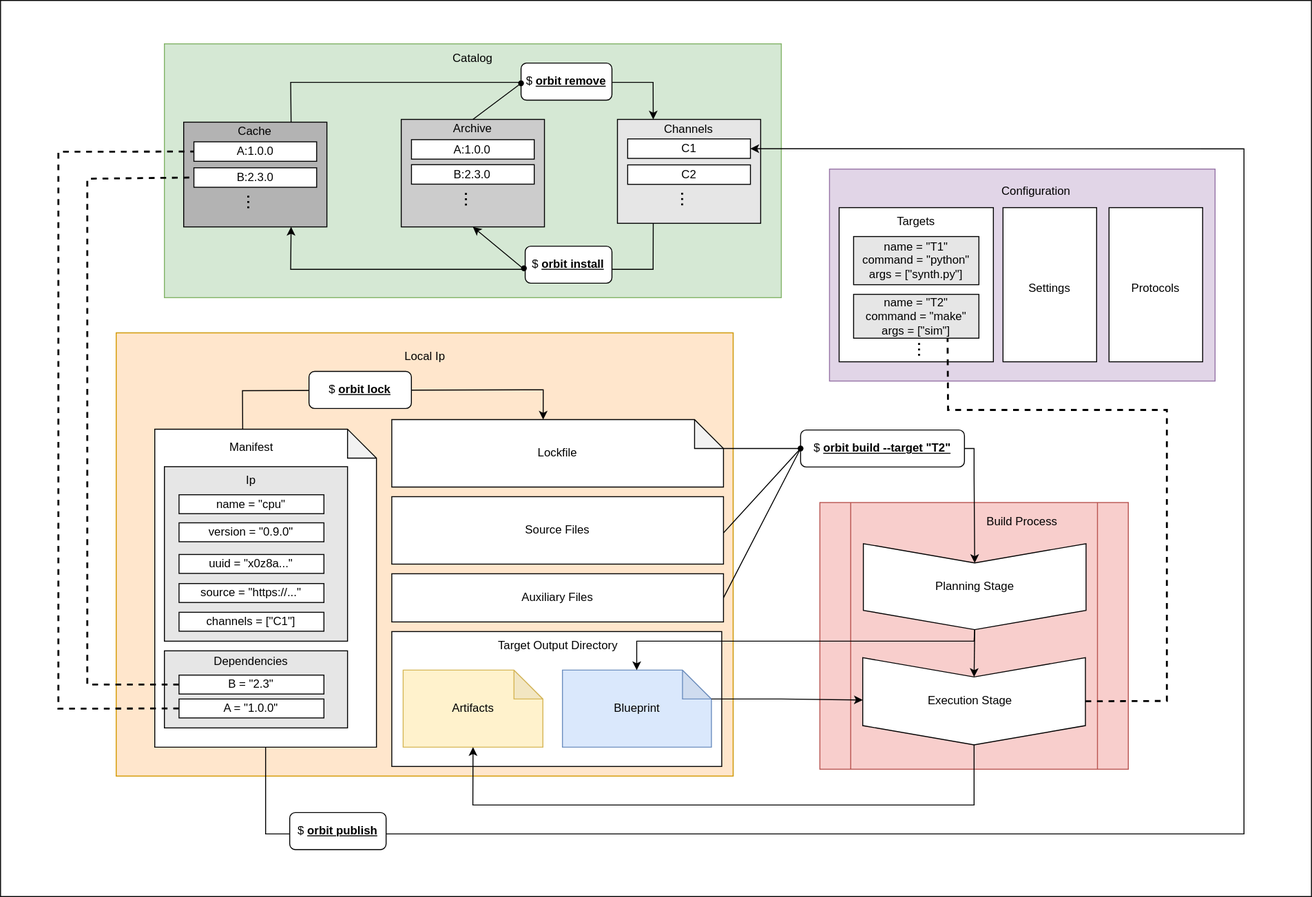
Before: docs/src/images/architecture.svg, a diagram exported from draw.io (chaseruskin/orbit). Source tidied: cells renumbered, new cells last; positions are measured from the earlier drawing's top-left corner, leaving out a move shared by most shapes.
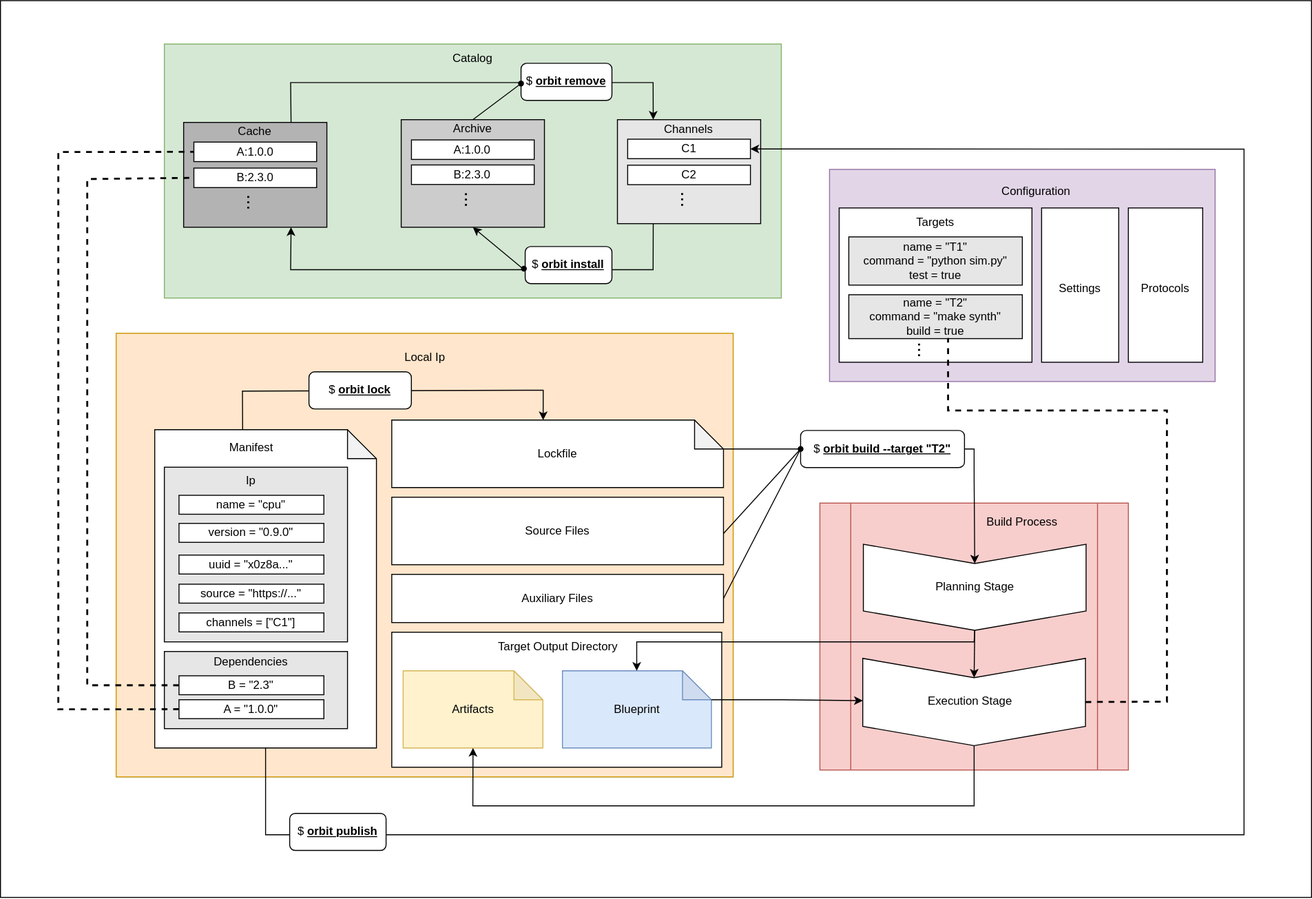
After the commit.

The edit, as a diff of the source:
```diff
@@ -197,25 +197,25 @@
       <mxGeometry width="400" height="220" as="geometry" />
     </mxCell>
     <mxCell id="61" style="rounded=0;whiteSpace=wrap;html=1;fontSize=20;fillColor=#FFFFFF;" parent="59" vertex="1">
-      <mxGeometry x="10" y="40" width="160" height="160" as="geometry" />
+      <mxGeometry x="10" y="40" width="200" height="160" as="geometry" />
     </mxCell>
     <mxCell id="62" value="&lt;font style=&quot;font-size: 12px;&quot;&gt;Configuration&lt;/font&gt;" style="text;html=1;strokeColor=none;fillColor=none;align=center;verticalAlign=middle;whiteSpace=wrap;rounded=0;fontSize=20;" parent="59" vertex="1">
       <mxGeometry x="157.7" y="7.6" width="112.7" height="22.8" as="geometry" />
     </mxCell>
     <mxCell id="63" value="&lt;font style=&quot;font-size: 12px;&quot;&gt;Protocols&lt;/font&gt;" style="rounded=0;whiteSpace=wrap;html=1;fontSize=20;fillColor=light-dark(#FFFFFF,#FFFFFF);" parent="59" vertex="1">
-      <mxGeometry x="290" y="40" width="97.1" height="160" as="geometry" />
+      <mxGeometry x="310" y="40" width="77.1" height="160" as="geometry" />
     </mxCell>
     <mxCell id="64" value="&lt;font style=&quot;font-size: 12px;&quot;&gt;Settings&lt;/font&gt;" style="rounded=0;whiteSpace=wrap;html=1;fontSize=20;fillColor=#FFFFFF;" parent="59" vertex="1">
-      <mxGeometry x="180" y="40" width="97.1" height="160" as="geometry" />
+      <mxGeometry x="220" y="40" width="80" height="160" as="geometry" />
     </mxCell>
     <mxCell id="65" value="Targets" style="text;html=1;strokeColor=none;fillColor=none;align=center;verticalAlign=middle;whiteSpace=wrap;rounded=0;fontSize=12;" parent="59" vertex="1">
-      <mxGeometry x="60" y="40" width="60" height="30" as="geometry" />
+      <mxGeometry x="80" y="40" width="60" height="30" as="geometry" />
     </mxCell>
-    <mxCell id="66" value="name = &quot;T1&quot;&lt;br&gt;command = &quot;python&quot;&lt;br&gt;args = [&quot;synth.py&quot;]" style="rounded=0;whiteSpace=wrap;html=1;fontSize=12;fillColor=#E6E6E6;" parent="59" vertex="1">
-      <mxGeometry x="25" y="70" width="130" height="50" as="geometry" />
+    <mxCell id="66" value="name = &quot;T1&quot;&lt;br&gt;command = &quot;python sim.py&quot;&lt;div&gt;test = true&lt;/div&gt;" style="rounded=0;whiteSpace=wrap;html=1;fontSize=12;fillColor=#E6E6E6;" parent="59" vertex="1">
+      <mxGeometry x="20" y="70" width="180" height="50" as="geometry" />
     </mxCell>
-    <mxCell id="67" value="name = &quot;T2&quot;&lt;br&gt;command = &quot;make&quot;&lt;br&gt;args = [&quot;sim&quot;]" style="rounded=0;whiteSpace=wrap;html=1;fontSize=12;fillColor=#E6E6E6;" parent="59" vertex="1">
-      <mxGeometry x="25" y="130" width="130" height="45.5" as="geometry" />
+    <mxCell id="67" value="name = &quot;T2&quot;&lt;br&gt;command = &quot;make synth&quot;&lt;br&gt;build = true" style="rounded=0;whiteSpace=wrap;html=1;fontSize=12;fillColor=#E6E6E6;" parent="59" vertex="1">
+      <mxGeometry x="20" y="130" width="180" height="45.5" as="geometry" />
     </mxCell>
     <mxCell id="68" value="&lt;font style=&quot;font-size: 20px;&quot;&gt;...&lt;/font&gt;" style="text;html=1;strokeColor=none;fillColor=none;align=center;verticalAlign=middle;whiteSpace=wrap;rounded=0;rotation=90;" parent="59" vertex="1">
       <mxGeometry x="86" y="184" width="29" height="7.2" as="geometry" />
@@ -329,8 +329,9 @@
     <mxCell id="91" style="shape=waypoint;sketch=0;size=6;points=[];fillColor=none;perimeter=centerPerimeter;snapToPoint=1;" parent="1" vertex="1">
       <mxGeometry x="820" y="455" width="20" height="20" as="geometry" />
     </mxCell>
-    <mxCell id="92" style="endArrow=none;dashed=1;html=1;strokeWidth=2;rounded=0;fontSize=12;exitX=0.5;exitY=0;exitDx=0;exitDy=0;entryX=0.75;entryY=1;entryDx=0;entryDy=0;" parent="1" edge="1" source="81" target="67">
+    <mxCell id="92" style="endArrow=none;dashed=1;html=1;strokeWidth=2;rounded=0;fontSize=12;exitX=0.5;exitY=0;exitDx=0;exitDy=0;" parent="1" edge="1" source="81">
       <mxGeometry relative="1" as="geometry">
+        <mxPoint x="983" y="350" as="targetPoint" />
         <Array as="points">
           <mxPoint x="1210" y="727" />
           <mxPoint x="1210" y="625" />
```
